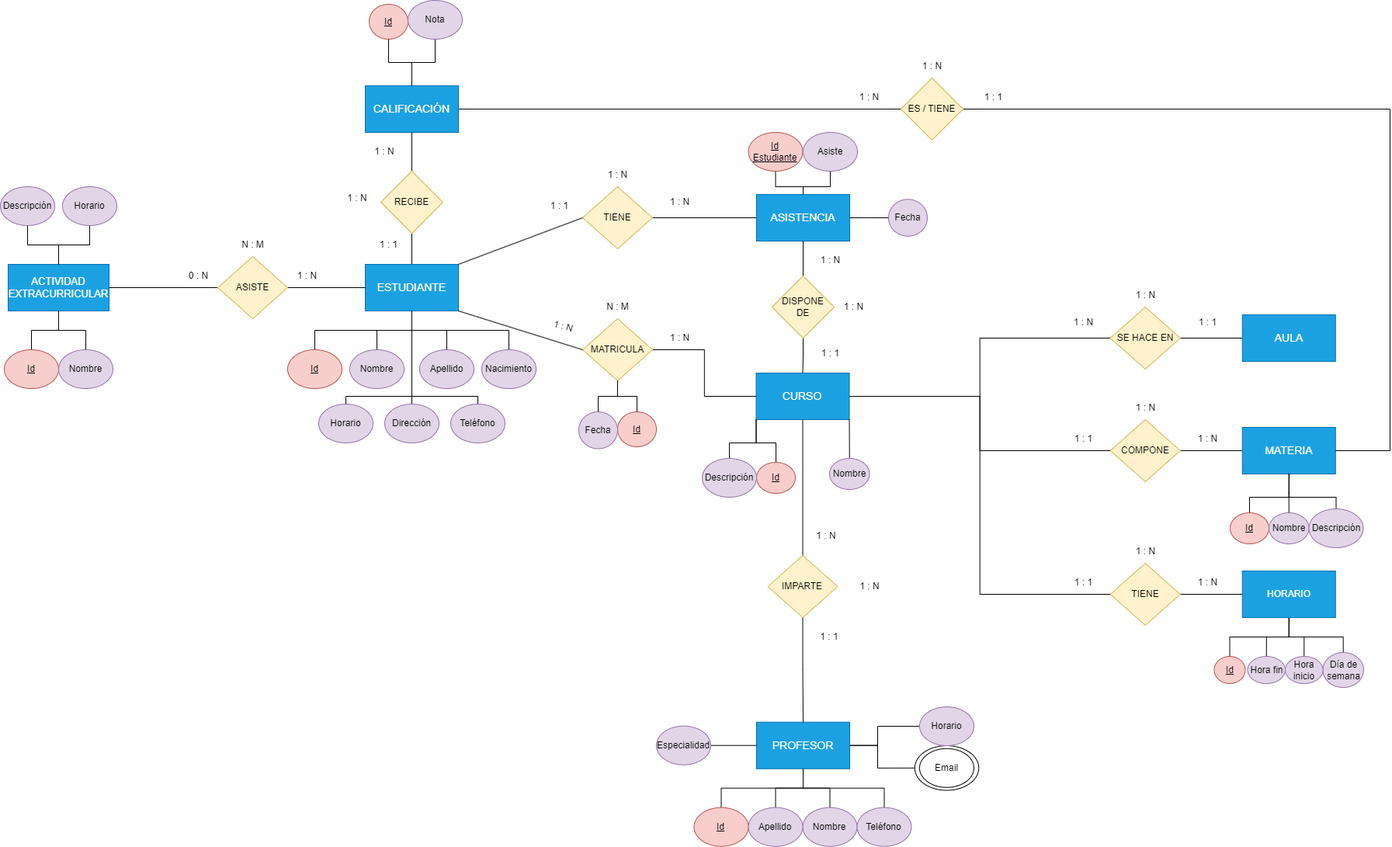
This is Unidad-2/Tareas-entregables/Entregable-1/images/Diagrama-entregable-1.png from IsaiasTolP/Base-Datos, a draw.io export, as it was before one commit. Source tidied: cells renumbered, new cells last; positions are measured from the earlier drawing's top-left corner, leaving out a move shared by most shapes.
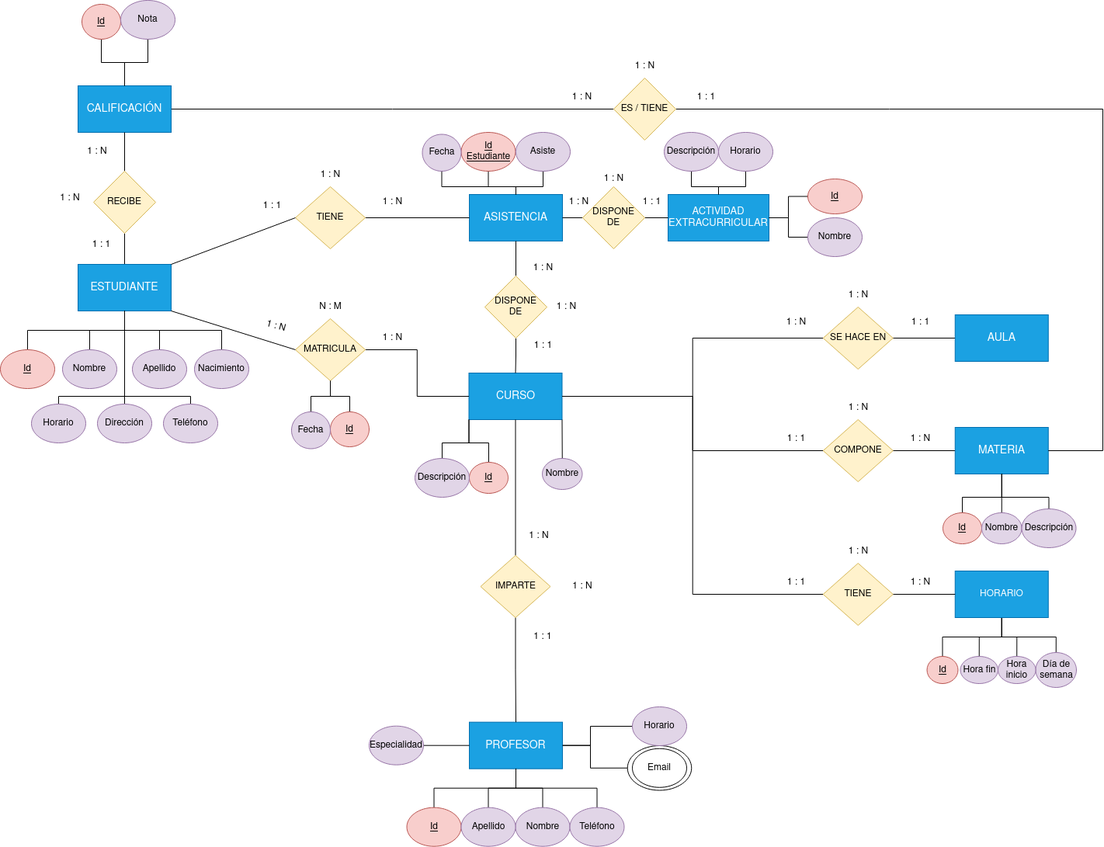
Later version of the same file.

Change to the diagram source:
```diff
@@ -50,7 +50,7 @@
       <mxGeometry x="974" y="250" width="120" height="60" as="geometry" />
     </mxCell>
     <mxCell id="16" value="ACTIVIDAD EXTRACURRICULAR" style="rounded=0;whiteSpace=wrap;html=1;fontSize=13;fillColor=#1ba1e2;fontColor=#ffffff;strokeColor=#006EAF;" parent="1" vertex="1">
-      <mxGeometry x="10" y="340" width="130" height="60" as="geometry" />
+      <mxGeometry x="1230" y="250" width="130" height="60" as="geometry" />
     </mxCell>
     <mxCell id="17" style="edgeStyle=orthogonalEdgeStyle;rounded=0;jettySize=auto;html=1;endArrow=none;endFill=0;" parent="1" edge="1" source="18" target="7">
       <mxGeometry relative="1" as="geometry" />
@@ -58,15 +58,6 @@
     <mxCell id="18" value="MATRICULA" style="rhombus;whiteSpace=wrap;html=1;fillColor=#fff2cc;strokeColor=#d6b656;" parent="1" vertex="1">
       <mxGeometry x="750" y="410" width="90" height="80" as="geometry" />
     </mxCell>
-    <mxCell id="19" style="edgeStyle=orthogonalEdgeStyle;rounded=0;jettySize=auto;html=1;endArrow=none;endFill=0;" parent="1" edge="1" source="21" target="5">
-      <mxGeometry relative="1" as="geometry" />
-    </mxCell>
-    <mxCell id="20" style="edgeStyle=orthogonalEdgeStyle;rounded=0;jettySize=auto;html=1;endArrow=none;endFill=0;" parent="1" edge="1" source="21" target="16">
-      <mxGeometry relative="1" as="geometry" />
-    </mxCell>
-    <mxCell id="21" value="ASISTE" style="rhombus;whiteSpace=wrap;html=1;fillColor=#fff2cc;strokeColor=#d6b656;" parent="1" vertex="1">
-      <mxGeometry x="280" y="330" width="90" height="80" as="geometry" />
-    </mxCell>
     <mxCell id="22" style="edgeStyle=orthogonalEdgeStyle;rounded=0;jettySize=auto;html=1;exitX=1;exitY=0.5;exitDx=0;exitDy=0;entryX=1;entryY=0.5;entryDx=0;entryDy=0;endArrow=none;endFill=0;" parent="1" edge="1" source="23" target="10">
       <mxGeometry relative="1" as="geometry">
         <Array as="points">
@@ -425,13 +416,13 @@
       <mxGeometry x="770" y="210" width="50" height="30" as="geometry" />
     </mxCell>
     <mxCell id="123" value="1 : N" style="text;html=1;align=center;verticalAlign=middle;strokeColor=none;fillColor=none;" parent="1" vertex="1">
-      <mxGeometry x="1044" y="320" width="50" height="30" as="geometry" />
+      <mxGeometry x="1090" y="245" width="50" height="30" as="geometry" />
     </mxCell>
     <mxCell id="124" value="1 : 1" style="text;html=1;align=center;verticalAlign=middle;strokeColor=none;fillColor=none;" parent="1" vertex="1">
-      <mxGeometry x="1044" y="440" width="50" height="30" as="geometry" />
+      <mxGeometry x="1044" y="430" width="50" height="30" as="geometry" />
     </mxCell>
     <mxCell id="125" value="1 : N" style="text;html=1;align=center;verticalAlign=middle;strokeColor=none;fillColor=none;" parent="1" vertex="1">
-      <mxGeometry x="1074" y="380" width="50" height="30" as="geometry" />
+      <mxGeometry x="1044" y="330" width="50" height="30" as="geometry" />
     </mxCell>
     <mxCell id="126" style="edgeStyle=orthogonalEdgeStyle;rounded=0;jettySize=auto;html=1;endArrow=none;endFill=0;" parent="1" edge="1" source="127" target="15">
       <mxGeometry relative="1" as="geometry" />
@@ -446,43 +437,57 @@
       <mxGeometry x="1034" y="170" width="70" height="50" as="geometry" />
     </mxCell>
     <mxCell id="130" style="edgeStyle=orthogonalEdgeStyle;rounded=0;jettySize=auto;html=1;endArrow=none;endFill=0;" parent="1" edge="1" source="131" target="15">
-      <mxGeometry relative="1" as="geometry" />
+      <mxGeometry relative="1" as="geometry">
+        <Array as="points">
+          <mxPoint x="939" y="240" />
+          <mxPoint x="1034" y="240" />
+        </Array>
+      </mxGeometry>
     </mxCell>
     <mxCell id="131" value="Fecha" style="ellipse;whiteSpace=wrap;html=1;direction=west;fillColor=#e1d5e7;strokeColor=#9673a6;" parent="1" vertex="1">
-      <mxGeometry x="1144" y="256.2" width="50" height="47.5" as="geometry" />
+      <mxGeometry x="913.5" y="172.5" width="50" height="47.5" as="geometry" />
     </mxCell>
-    <mxCell id="132" value="1 : N" style="text;html=1;align=center;verticalAlign=middle;strokeColor=none;fillColor=none;" parent="1" vertex="1">
-      <mxGeometry x="370" y="340" width="50" height="30" as="geometry" />
-    </mxCell>
-    <mxCell id="133" value="0 : N" style="text;html=1;align=center;verticalAlign=middle;strokeColor=none;fillColor=none;" parent="1" vertex="1">
-      <mxGeometry x="230" y="340" width="50" height="30" as="geometry" />
-    </mxCell>
-    <mxCell id="134" value="N : M" style="text;html=1;align=center;verticalAlign=middle;strokeColor=none;fillColor=none;" parent="1" vertex="1">
-      <mxGeometry x="300" y="300" width="50" height="30" as="geometry" />
-    </mxCell>
     <mxCell id="135" style="edgeStyle=orthogonalEdgeStyle;rounded=0;jettySize=auto;html=1;endArrow=none;endFill=0;" parent="1" edge="1" source="136" target="16">
       <mxGeometry relative="1" as="geometry" />
     </mxCell>
     <mxCell id="136" value="Id" style="ellipse;whiteSpace=wrap;html=1;fillColor=#f8cecc;strokeColor=#b85450;fontStyle=4;" parent="1" vertex="1">
-      <mxGeometry x="5" y="450" width="70" height="50" as="geometry" />
+      <mxGeometry x="1410" y="230" width="70" height="45" as="geometry" />
     </mxCell>
     <mxCell id="137" style="edgeStyle=orthogonalEdgeStyle;rounded=0;jettySize=auto;html=1;endArrow=none;endFill=0;" parent="1" edge="1" source="138" target="16">
       <mxGeometry relative="1" as="geometry" />
     </mxCell>
     <mxCell id="138" value="Nombre" style="ellipse;whiteSpace=wrap;html=1;fillColor=#e1d5e7;strokeColor=#9673a6;" parent="1" vertex="1">
-      <mxGeometry x="75" y="450" width="70" height="50" as="geometry" />
+      <mxGeometry x="1410" y="280" width="70" height="50" as="geometry" />
     </mxCell>
     <mxCell id="139" style="edgeStyle=orthogonalEdgeStyle;rounded=0;jettySize=auto;html=1;endArrow=none;endFill=0;" parent="1" edge="1" source="140" target="16">
       <mxGeometry relative="1" as="geometry" />
     </mxCell>
     <mxCell id="140" value="Descripción" style="ellipse;whiteSpace=wrap;html=1;fillColor=#e1d5e7;strokeColor=#9673a6;" parent="1" vertex="1">
-      <mxGeometry y="240" width="70" height="50" as="geometry" />
+      <mxGeometry x="1225" y="170" width="70" height="50" as="geometry" />
     </mxCell>
     <mxCell id="141" style="edgeStyle=orthogonalEdgeStyle;rounded=0;jettySize=auto;html=1;endArrow=none;endFill=0;" parent="1" edge="1" source="142" target="16">
       <mxGeometry relative="1" as="geometry" />
     </mxCell>
     <mxCell id="142" value="Horario" style="ellipse;whiteSpace=wrap;html=1;fillColor=#e1d5e7;strokeColor=#9673a6;" parent="1" vertex="1">
-      <mxGeometry x="80" y="240" width="70" height="50" as="geometry" />
+      <mxGeometry x="1295" y="170" width="70" height="50" as="geometry" />
     </mxCell>
+    <mxCell id="143" style="edgeStyle=orthogonalEdgeStyle;rounded=0;jettySize=auto;html=1;endArrow=none;endFill=0;" parent="1" edge="1" source="145" target="15">
+      <mxGeometry relative="1" as="geometry" />
+    </mxCell>
+    <mxCell id="144" style="edgeStyle=orthogonalEdgeStyle;rounded=0;jettySize=auto;html=1;endArrow=none;endFill=0;" parent="1" edge="1" source="145" target="16">
+      <mxGeometry relative="1" as="geometry" />
+    </mxCell>
+    <mxCell id="145" value="DISPONE &lt;br&gt;DE" style="rhombus;whiteSpace=wrap;html=1;fillColor=#fff2cc;strokeColor=#d6b656;" parent="1" vertex="1">
+      <mxGeometry x="1120" y="240" width="80" height="80" as="geometry" />
+    </mxCell>
+    <mxCell id="146" value="1 : 1" style="text;html=1;align=center;verticalAlign=middle;strokeColor=none;fillColor=none;" parent="1" vertex="1">
+      <mxGeometry x="1184" y="245" width="50" height="30" as="geometry" />
+    </mxCell>
+    <mxCell id="147" value="1 : N" style="text;html=1;align=center;verticalAlign=middle;strokeColor=none;fillColor=none;" parent="1" vertex="1">
+      <mxGeometry x="1074" y="380" width="50" height="30" as="geometry" />
+    </mxCell>
+    <mxCell id="148" value="1 : N" style="text;html=1;align=center;verticalAlign=middle;strokeColor=none;fillColor=none;" parent="1" vertex="1">
+      <mxGeometry x="1135" y="215" width="50" height="30" as="geometry" />
+    </mxCell>
   </root>
 </mxGraphModel>
```
